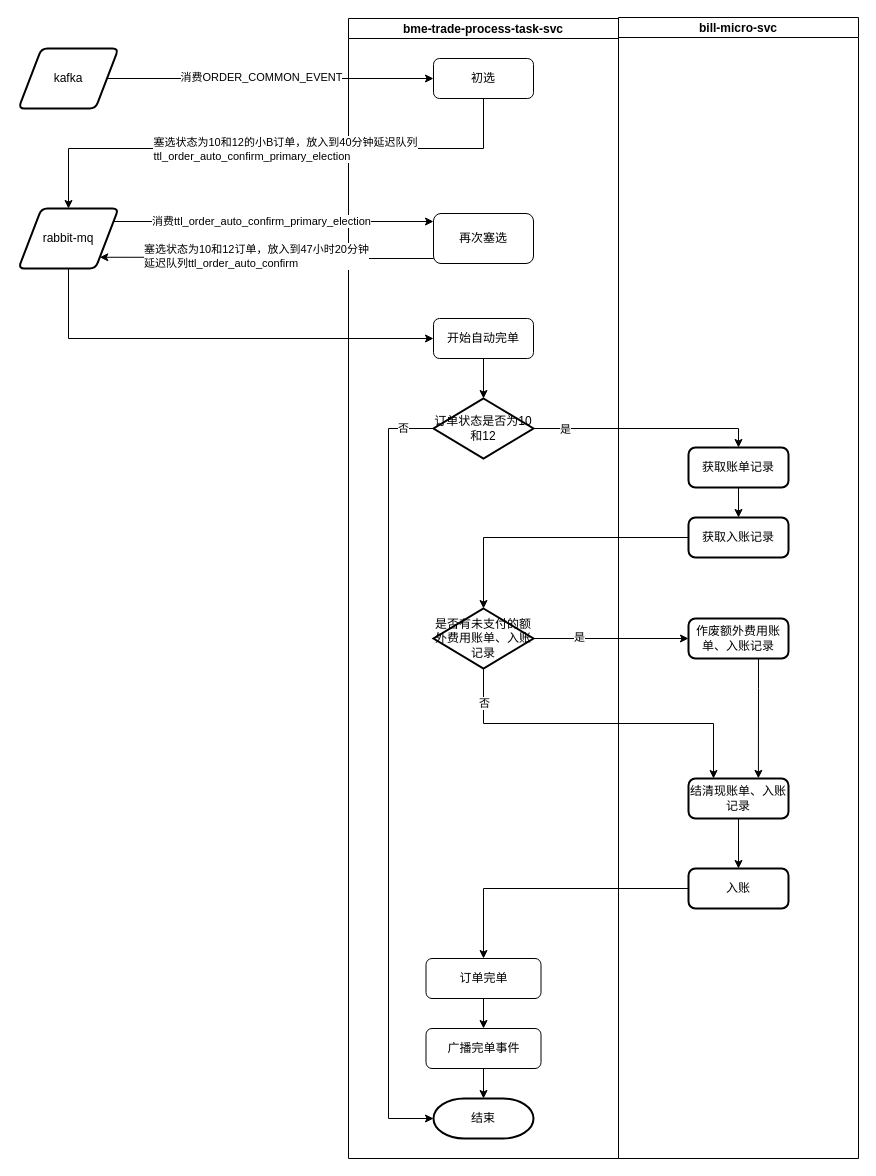
assugang/chartflow keeps this draw.io diagram as order_auto_confirm.drawio. Above is the earlier version. Source tidied: cells renumbered, new cells numbered last; positions are measured from the earlier drawing's top-left corner, leaving out a move shared by most shapes. Both pictures are drawn from the tidied source at 100%, with x=0, y=0 at pixel (18, 17).
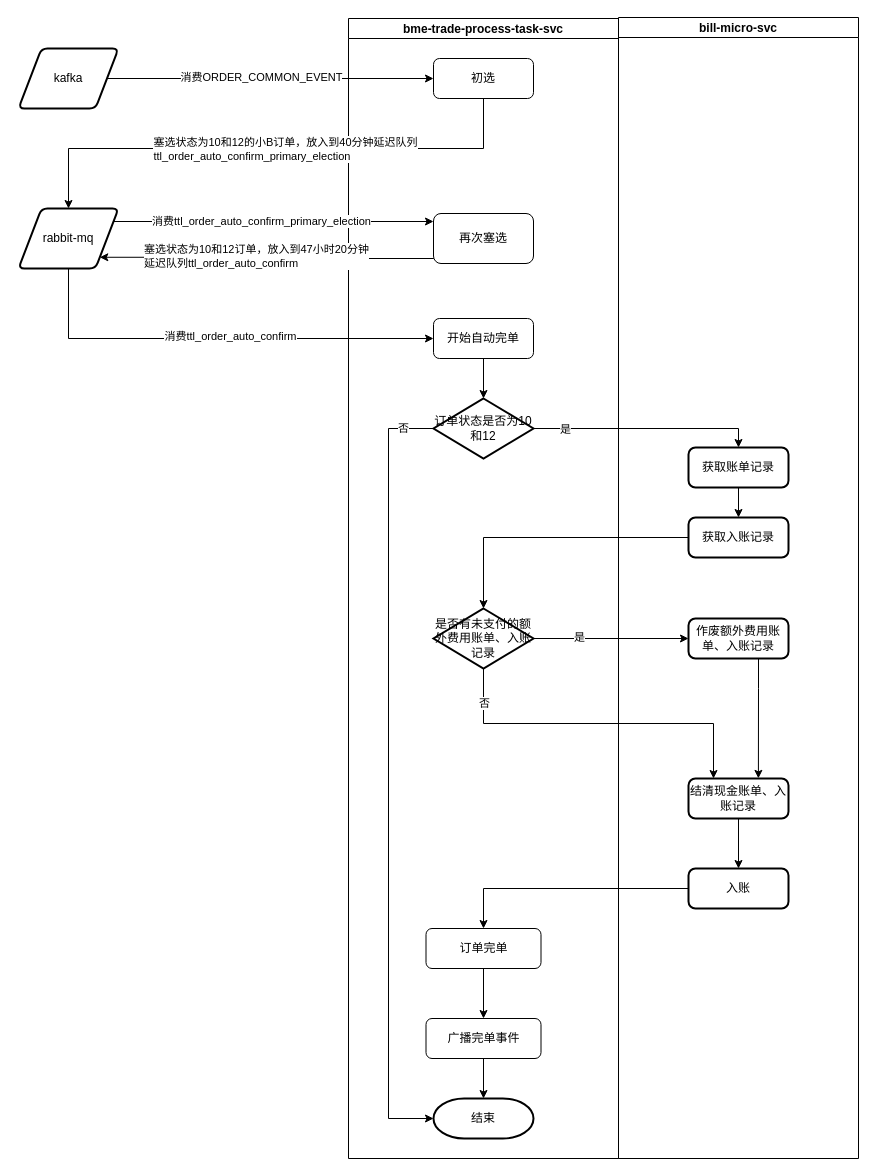
The same diagram, later.

Unchanged cells that the change refers to:
```xml
<mxCell id="2" value="bme-trade-process-task-svc" style="swimlane;startSize=20;" parent="1" vertex="1">
  <mxGeometry x="330" y="1" width="270" height="1140" as="geometry" />
</mxCell>
<mxCell id="16" value="bill-micro-svc" style="swimlane;startSize=20;" parent="1" vertex="1">
  <mxGeometry x="600" width="240" height="1141" as="geometry" />
</mxCell>
<mxCell id="31" style="edgeStyle=orthogonalEdgeStyle;rounded=0;jettySize=auto;html=1;entryX=0;entryY=0.5;entryDx=0;entryDy=0;exitX=0.5;exitY=1;exitDx=0;exitDy=0;" parent="1" edge="1" source="32" target="6">
  <mxGeometry relative="1" as="geometry" />
</mxCell>
```

What changed in the source:
```diff
@@
     <mxCell id="8" value="订单完单" style="rounded=1;whiteSpace=wrap;html=1;" parent="2" vertex="1">
-      <mxGeometry x="77.5" y="940" width="115" height="40" as="geometry" />
+      <mxGeometry x="77.5" y="910" width="115" height="40" as="geometry" />
     </mxCell>
@@
     <mxCell id="10" value="广播完单事件" style="rounded=1;whiteSpace=wrap;html=1;" parent="2" vertex="1">
-      <mxGeometry x="77.5" y="1010" width="115" height="40" as="geometry" />
+      <mxGeometry x="77.5" y="1000" width="115" height="40" as="geometry" />
     </mxCell>
@@
-    <mxCell id="23" value="结清现账单、入账记录" style="rounded=1;whiteSpace=wrap;html=1;absoluteArcSize=1;arcSize=14;strokeWidth=2;" parent="16" vertex="1">
+    <mxCell id="23" value="结清现金账单、入账记录" style="rounded=1;whiteSpace=wrap;html=1;absoluteArcSize=1;arcSize=14;strokeWidth=2;" parent="16" vertex="1">
       <mxGeometry x="70" y="761" width="100" height="40" as="geometry" />
     </mxCell>
@@
+    <mxCell id="45" value="消费&lt;span style=&quot;text-align: left&quot;&gt;ttl_order_auto_confirm&lt;/span&gt;" style="edgeLabel;html=1;align=center;verticalAlign=middle;" parent="31" vertex="1">
+      <mxGeometry x="0.06" y="3" relative="1" as="geometry" />
+    </mxCell>
```
